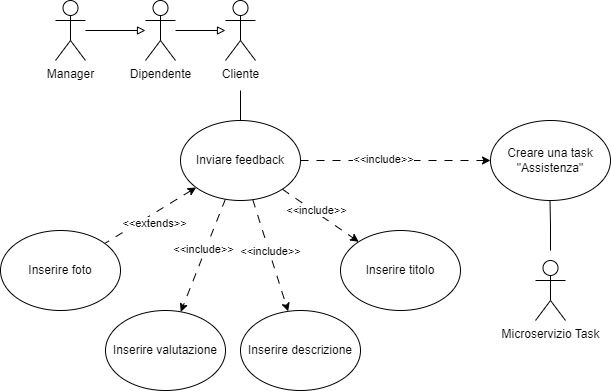
IS-FixMi/Documentation-Source keeps this draw.io diagram as second-deliverable/images/UCD/RF8_feedback_UCD.png. Above is the earlier version. Source tidied: cells renumbered, new cells last; positions are measured from the earlier drawing's top-left corner, leaving out a move shared by most shapes.
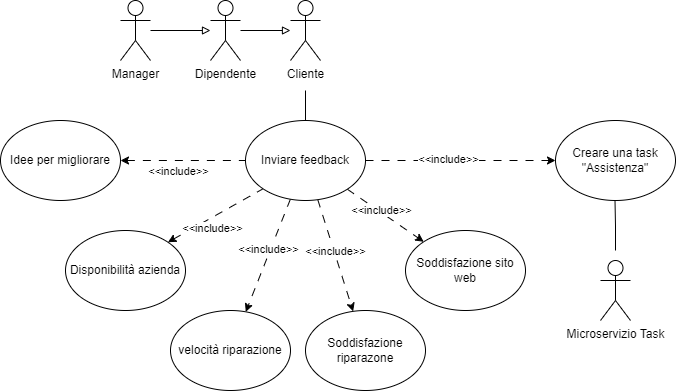
The same diagram one commit later.

Commit message:
aggiunte le componenti 'assistenza','riparazione','feedback','task','gestione dipendenti' e 'email'. Modificati anche alcuni diagrammi ucd sbagliati

Change to the diagram source:
```diff
@@ -42,10 +42,10 @@
         <mxPoint x="-2" y="-1" as="offset" />
       </mxGeometry>
     </mxCell>
-    <mxCell id="14" style="rounded=0;jettySize=auto;html=1;dashed=1;dashPattern=8 8;startArrow=classic;startFill=1;endArrow=none;endFill=0;" parent="1" edge="1" source="16" target="19">
+    <mxCell id="14" style="rounded=0;jettySize=auto;html=1;dashed=1;dashPattern=8 8;startArrow=classic;startFill=1;endArrow=none;endFill=0;exitX=1;exitY=0;exitDx=0;exitDy=0;entryX=0;entryY=1;entryDx=0;entryDy=0;" parent="1" edge="1" source="19" target="16">
       <mxGeometry relative="1" as="geometry" />
     </mxCell>
-    <mxCell id="15" value="&amp;lt;&amp;lt;extends&amp;gt;&amp;gt;" style="edgeLabel;html=1;align=center;verticalAlign=middle;" parent="14" vertex="1">
+    <mxCell id="15" value="&amp;lt;&amp;lt;include&amp;gt;&amp;gt;" style="edgeLabel;html=1;align=center;verticalAlign=middle;" parent="14" vertex="1">
       <mxGeometry x="-0.09" relative="1" as="geometry">
         <mxPoint y="10" as="offset" />
       </mxGeometry>
@@ -53,16 +53,16 @@
     <mxCell id="16" value="Inviare feedback" style="ellipse;whiteSpace=wrap;html=1;" parent="1" vertex="1">
       <mxGeometry x="180" y="120" width="120" height="80" as="geometry" />
     </mxCell>
-    <mxCell id="17" value="Inserire titolo" style="ellipse;whiteSpace=wrap;html=1;" parent="1" vertex="1">
+    <mxCell id="17" value="Soddisfazione sito web" style="ellipse;whiteSpace=wrap;html=1;" parent="1" vertex="1">
       <mxGeometry x="340" y="230" width="120" height="80" as="geometry" />
     </mxCell>
-    <mxCell id="18" value="Inserire descrizione" style="ellipse;whiteSpace=wrap;html=1;" parent="1" vertex="1">
+    <mxCell id="18" value="Soddisfazione riparazone" style="ellipse;whiteSpace=wrap;html=1;" parent="1" vertex="1">
       <mxGeometry x="240" y="310" width="120" height="80" as="geometry" />
     </mxCell>
-    <mxCell id="19" value="Inserire foto" style="ellipse;whiteSpace=wrap;html=1;" parent="1" vertex="1">
+    <mxCell id="19" value="Disponibilità azienda" style="ellipse;whiteSpace=wrap;html=1;" parent="1" vertex="1">
       <mxGeometry y="230" width="120" height="80" as="geometry" />
     </mxCell>
-    <mxCell id="20" value="Inserire valutazione" style="ellipse;whiteSpace=wrap;html=1;" parent="1" vertex="1">
+    <mxCell id="20" value="velocità riparazione" style="ellipse;whiteSpace=wrap;html=1;" parent="1" vertex="1">
       <mxGeometry x="105" y="310" width="120" height="80" as="geometry" />
     </mxCell>
     <mxCell id="21" value="Creare una task &quot;Assistenza&quot;" style="ellipse;whiteSpace=wrap;html=1;" parent="1" vertex="1">
@@ -83,5 +83,16 @@
         <mxPoint x="550" y="250" as="targetPoint" />
       </mxGeometry>
     </mxCell>
+    <mxCell id="26" value="Idee per migliorare" style="ellipse;whiteSpace=wrap;html=1;" parent="1" vertex="1">
+      <mxGeometry x="-65" y="120" width="120" height="80" as="geometry" />
+    </mxCell>
+    <mxCell id="27" style="rounded=0;jettySize=auto;html=1;dashed=1;dashPattern=8 8;startArrow=classic;startFill=1;endArrow=none;endFill=0;exitX=1;exitY=0.5;exitDx=0;exitDy=0;entryX=0;entryY=0.5;entryDx=0;entryDy=0;" parent="1" edge="1" source="26" target="16">
+      <mxGeometry relative="1" as="geometry" />
+    </mxCell>
+    <mxCell id="28" value="&amp;lt;&amp;lt;include&amp;gt;&amp;gt;" style="edgeLabel;html=1;align=center;verticalAlign=middle;" parent="27" vertex="1">
+      <mxGeometry x="-0.09" relative="1" as="geometry">
+        <mxPoint y="10" as="offset" />
+      </mxGeometry>
+    </mxCell>
   </root>
 </mxGraphModel>
```
